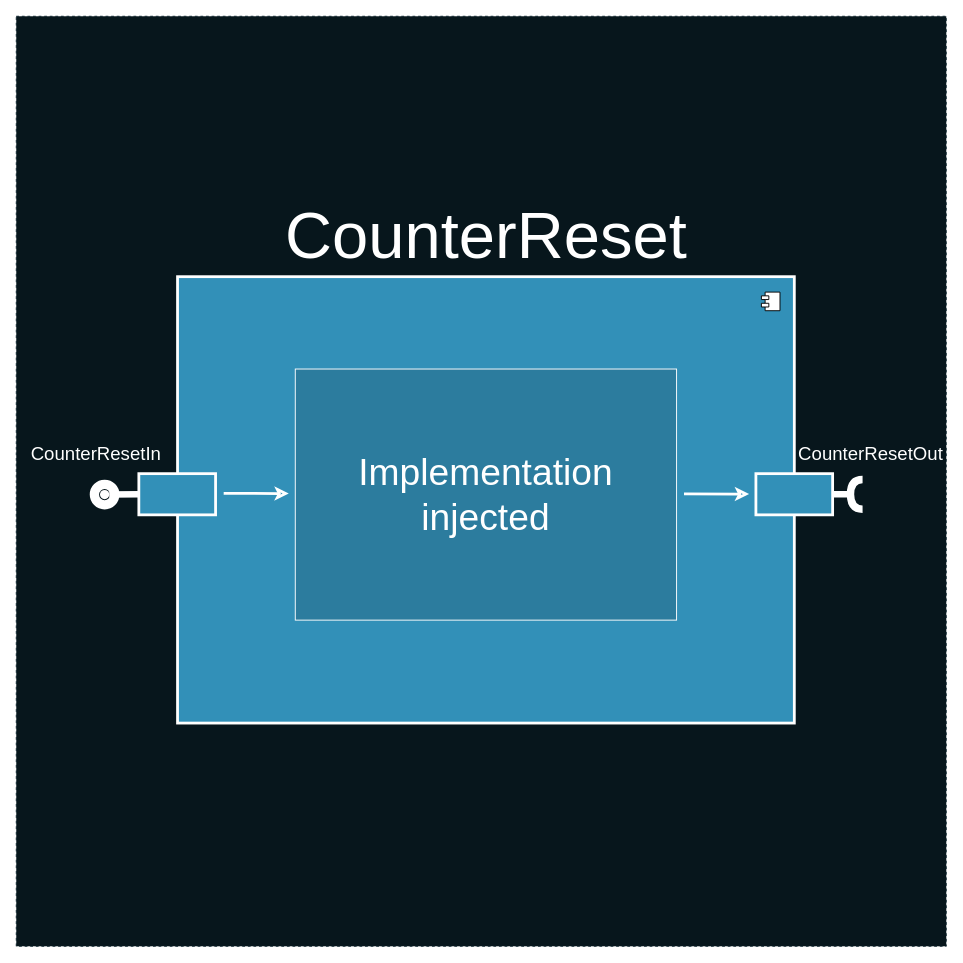
Above: deck/ru/diagrams/CounterResetModuleImplementation.drawio in AlexanderLapygin/ca-react-rest-api-starter (draw.io), before the change. Source tidied: cells renumbered, new cells numbered last; positions are measured from the earlier drawing's top-left corner, leaving out a move shared by most shapes. Both pictures are drawn from the tidied source at 93%, with x=0, y=0 at pixel (16, 16).
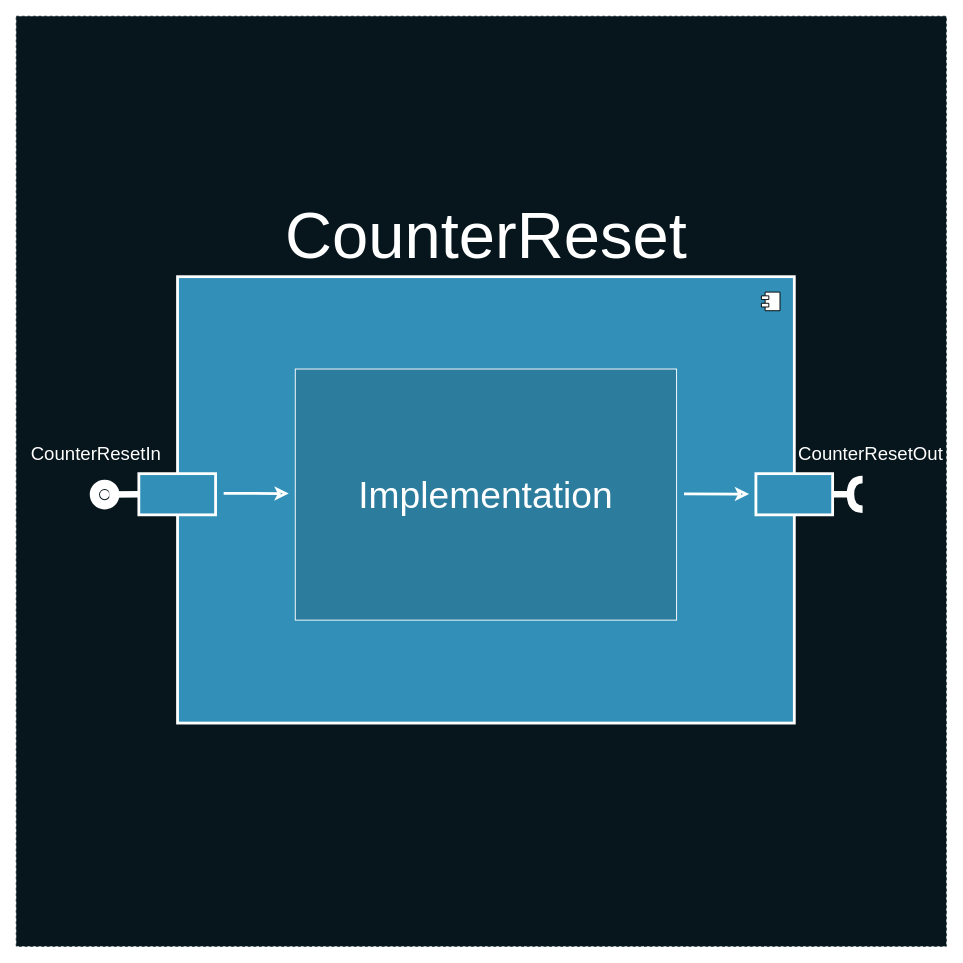
The same diagram, later.

The change refers to these unchanged cells:
```xml
<mxCell id="6" style="group;" parent="3" vertex="1">
  <mxGeometry width="787.8" height="480" as="geometry" />
</mxCell>
```

The edit, as a diff of the source:
```diff
@@
-    <mxCell id="13" value="&lt;font color=&quot;#ffffff&quot; style=&quot;font-size: 40px&quot;&gt;Implementation injected&lt;/font&gt;" style="rounded=0;whiteSpace=wrap;html=1;strokeColor=#FFFFFF;fillColor=#2C7C9E;" parent="6" vertex="1">
+    <mxCell id="13" value="&lt;font color=&quot;#ffffff&quot; style=&quot;font-size: 40px&quot;&gt;Implementation&lt;/font&gt;" style="rounded=0;whiteSpace=wrap;html=1;strokeColor=#FFFFFF;fillColor=#2C7C9E;" parent="6" vertex="1">
       <mxGeometry x="210" y="99.3" width="410" height="270" as="geometry" />
     </mxCell>
```
